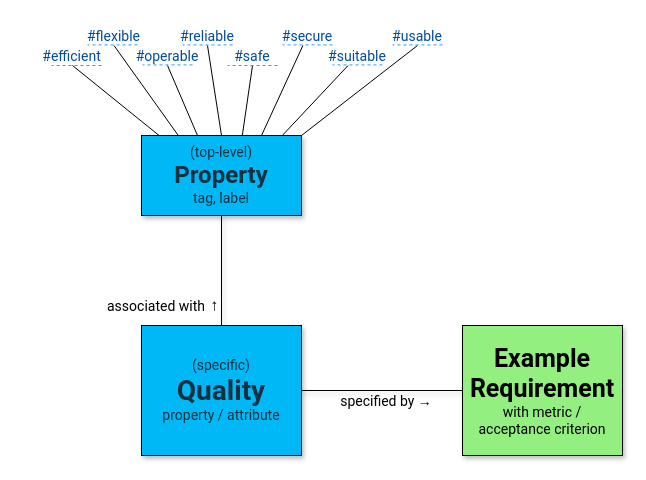
The draw.io diagram page "Q42-properties-tags" (2 of 2) of originals/metamodel/q42-metamodel.drawio in arc42/quality.arc42.org-site, before the edit. Source tidied: cells renumbered, new cells numbered last; positions are measured from the earlier drawing's top-left corner, leaving out a move shared by most shapes. Both pictures are drawn from the tidied source at 100%, with x=0, y=0 at pixel (44, 25). Pictures stored in the file or linked from it are replaced by grey dashed boxes.
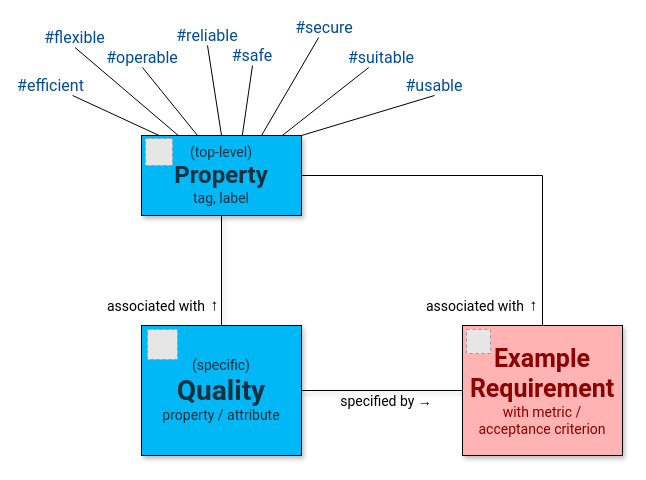
The same diagram, later.

Unchanged cells that the change refers to:
```xml
<mxCell id="3" value="&lt;font style=&quot;font-size: 14px;&quot;&gt;(top-level)&lt;/font&gt;&lt;div&gt;&lt;font style=&quot;font-size: 24px;&quot;&gt;&lt;b&gt;Property&lt;/b&gt;&lt;/font&gt;&lt;/div&gt;&lt;div&gt;&lt;font style=&quot;font-size: 14px;&quot;&gt;tag, label&lt;/font&gt;&lt;/div&gt;" style="rounded=0;whiteSpace=wrap;html=1;fillColor=light-dark(#00B8F5,#EDEDED);fontFamily=Roboto;shadow=1;points=[[0,0,0,0,0],[0,0.5,0,0,0],[0,1,0,0,0],[0.11,0,0,0,0],[0.23,0,0,0,0],[0.25,1,0,0,0],[0.35,0,0,0,0],[0.5,0,0,0,0],[0.5,1,0,0,0],[0.63,0,0,0,0],[0.75,0,0,0,0],[0.75,1,0,0,0],[0.88,0,0,0,0],[1,0,0,0,0],[1,0.5,0,0,0],[1,1,0,0,0]];fontColor=#113040;" parent="1" vertex="1">
  <mxGeometry x="97" y="110" width="160" height="80" as="geometry" />
</mxCell>
```

Diff of the diagram source:
```diff
@@
-    <mxCell id="6" value="&lt;div&gt;&lt;b style=&quot;background-color: transparent;&quot;&gt;&lt;font style=&quot;font-size: 25px;&quot;&gt;Example&lt;/font&gt;&lt;/b&gt;&lt;/div&gt;&lt;div&gt;&lt;font&gt;&lt;b style=&quot;&quot;&gt;&lt;font style=&quot;font-size: 25px;&quot;&gt;Requirement&lt;/font&gt;&lt;br&gt;&lt;/b&gt;&lt;/font&gt;&lt;div&gt;&lt;font style=&quot;font-size: 14px;&quot;&gt;with metric /&lt;/font&gt;&lt;/div&gt;&lt;/div&gt;&lt;div&gt;&lt;font style=&quot;font-size: 14px;&quot;&gt;acceptance criterion&lt;/font&gt;&lt;/div&gt;" style="rounded=0;whiteSpace=wrap;html=1;fillColor=light-dark(#92EF80,#EDEDED);fontFamily=Roboto;shadow=1;" parent="1" vertex="1">
+    <mxCell id="6" value="&lt;div&gt;&lt;b style=&quot;background-color: transparent;&quot;&gt;&lt;font style=&quot;font-size: 25px;&quot;&gt;Example&lt;/font&gt;&lt;/b&gt;&lt;/div&gt;&lt;div&gt;&lt;font&gt;&lt;b style=&quot;&quot;&gt;&lt;font style=&quot;font-size: 25px;&quot;&gt;Requirement&lt;/font&gt;&lt;br&gt;&lt;/b&gt;&lt;/font&gt;&lt;div&gt;&lt;font style=&quot;font-size: 14px;&quot;&gt;with metric /&lt;/font&gt;&lt;/div&gt;&lt;/div&gt;&lt;div&gt;&lt;font style=&quot;font-size: 14px;&quot;&gt;acceptance criterion&lt;/font&gt;&lt;/div&gt;" style="rounded=0;whiteSpace=wrap;html=1;fillColor=light-dark(#ffb3b3, #EDEDED);fontFamily=Roboto;shadow=1;fontColor=#8B0000;" parent="1" vertex="1">
       <mxGeometry x="418" y="300" width="160" height="130" as="geometry" />
     </mxCell>
@@
-    <mxCell id="8" value="&lt;p style=&quot;margin: 0px; font-variant-numeric: normal; font-variant-east-asian: normal; font-variant-alternates: normal; font-size-adjust: none; font-kerning: auto; font-optical-sizing: auto; font-feature-settings: normal; font-variation-settings: normal; font-variant-position: normal; font-variant-emoji: normal; font-stretch: normal; line-height: normal;&quot; class=&quot;p1&quot;&gt;&lt;font style=&quot;font-size: 14px;&quot;&gt;#flexible&lt;/font&gt;&lt;/p&gt;" style="text;html=1;align=center;verticalAlign=middle;whiteSpace=wrap;rounded=0;fontFamily=Roboto;fontColor=#004C99;" parent="1" vertex="1">
-      <mxGeometry x="42" width="55" height="20" as="geometry" />
+    <mxCell id="8" value="&lt;p style=&quot;margin: 0px; font-variant-numeric: normal; font-variant-east-asian: normal; font-variant-alternates: normal; font-size-adjust: none; font-kerning: auto; font-optical-sizing: auto; font-feature-settings: normal; font-variation-settings: normal; font-variant-position: normal; font-variant-emoji: normal; font-stretch: normal; line-height: normal;&quot; class=&quot;p1&quot;&gt;&lt;font&gt;#flexible&lt;/font&gt;&lt;/p&gt;" style="text;html=1;align=center;verticalAlign=middle;whiteSpace=wrap;rounded=0;fontFamily=Roboto;fontColor=#004C99;fontSize=16;" parent="1" vertex="1">
+      <mxGeometry x="3" y="2" width="55" height="20" as="geometry" />
     </mxCell>
-    <mxCell id="9" value="&lt;p style=&quot;margin: 0px; font-variant-numeric: normal; font-variant-east-asian: normal; font-variant-alternates: normal; font-size-adjust: none; font-kerning: auto; font-optical-sizing: auto; font-feature-settings: normal; font-variation-settings: normal; font-variant-position: normal; font-variant-emoji: normal; font-stretch: normal; line-height: normal;&quot; class=&quot;p1&quot;&gt;&lt;font style=&quot;font-size: 14px;&quot;&gt;#operable&lt;/font&gt;&lt;/p&gt;" style="text;html=1;align=center;verticalAlign=middle;whiteSpace=wrap;rounded=0;fontFamily=Roboto;fontColor=#004C99;" parent="1" vertex="1">
-      <mxGeometry x="88" y="20" width="70" height="20" as="geometry" />
+    <mxCell id="9" value="&lt;p style=&quot;margin: 0px; font-variant-numeric: normal; font-variant-east-asian: normal; font-variant-alternates: normal; font-size-adjust: none; font-kerning: auto; font-optical-sizing: auto; font-feature-settings: normal; font-variation-settings: normal; font-variant-position: normal; font-variant-emoji: normal; font-stretch: normal; line-height: normal;&quot; class=&quot;p1&quot;&gt;&lt;font&gt;#operable&lt;/font&gt;&lt;/p&gt;" style="text;html=1;align=center;verticalAlign=middle;whiteSpace=wrap;rounded=0;fontFamily=Roboto;fontColor=#004C99;fontSize=16;" parent="1" vertex="1">
+      <mxGeometry x="63" y="22" width="70" height="20" as="geometry" />
     </mxCell>
-    <mxCell id="10" value="&lt;p style=&quot;margin: 0px; font-variant-numeric: normal; font-variant-east-asian: normal; font-variant-alternates: normal; font-size-adjust: none; font-kerning: auto; font-optical-sizing: auto; font-feature-settings: normal; font-variation-settings: normal; font-variant-position: normal; font-variant-emoji: normal; font-stretch: normal; line-height: normal;&quot; class=&quot;p1&quot;&gt;&lt;font style=&quot;font-size: 14px;&quot;&gt;#reliable&lt;/font&gt;&lt;/p&gt;" style="text;html=1;align=center;verticalAlign=middle;whiteSpace=wrap;rounded=0;fontFamily=Roboto;fontColor=#004C99;" parent="1" vertex="1">
+    <mxCell id="10" value="&lt;p style=&quot;margin: 0px; font-variant-numeric: normal; font-variant-east-asian: normal; font-variant-alternates: normal; font-size-adjust: none; font-kerning: auto; font-optical-sizing: auto; font-feature-settings: normal; font-variation-settings: normal; font-variant-position: normal; font-variant-emoji: normal; font-stretch: normal; line-height: normal;&quot; class=&quot;p1&quot;&gt;&lt;font&gt;#reliable&lt;/font&gt;&lt;/p&gt;" style="text;html=1;align=center;verticalAlign=middle;whiteSpace=wrap;rounded=0;fontFamily=Roboto;fontColor=#004C99;fontSize=16;" parent="1" vertex="1">
       <mxGeometry x="128" width="70" height="20" as="geometry" />
     </mxCell>
-    <mxCell id="11" value="&lt;p style=&quot;margin: 0px; font-variant-numeric: normal; font-variant-east-asian: normal; font-variant-alternates: normal; font-size-adjust: none; font-kerning: auto; font-optical-sizing: auto; font-feature-settings: normal; font-variation-settings: normal; font-variant-position: normal; font-variant-emoji: normal; font-stretch: normal; line-height: normal;&quot; class=&quot;p1&quot;&gt;&lt;span style=&quot;font-size: 14px;&quot;&gt;#safe&lt;/span&gt;&lt;/p&gt;" style="text;html=1;align=center;verticalAlign=middle;whiteSpace=wrap;rounded=0;fontFamily=Roboto;fontColor=#004C99;" parent="1" vertex="1">
+    <mxCell id="11" value="&lt;p style=&quot;margin: 0px; font-variant-numeric: normal; font-variant-east-asian: normal; font-variant-alternates: normal; font-size-adjust: none; font-kerning: auto; font-optical-sizing: auto; font-feature-settings: normal; font-variation-settings: normal; font-variant-position: normal; font-variant-emoji: normal; font-stretch: normal; line-height: normal;&quot; class=&quot;p1&quot;&gt;&lt;span&gt;#safe&lt;/span&gt;&lt;/p&gt;" style="text;html=1;align=center;verticalAlign=middle;whiteSpace=wrap;rounded=0;fontFamily=Roboto;fontColor=#004C99;fontSize=16;" parent="1" vertex="1">
       <mxGeometry x="173" y="20" width="70" height="20" as="geometry" />
     </mxCell>
-    <mxCell id="12" value="&lt;p style=&quot;margin: 0px; font-variant-numeric: normal; font-variant-east-asian: normal; font-variant-alternates: normal; font-size-adjust: none; font-kerning: auto; font-optical-sizing: auto; font-feature-settings: normal; font-variation-settings: normal; font-variant-position: normal; font-variant-emoji: normal; font-stretch: normal; line-height: normal;&quot; class=&quot;p1&quot;&gt;&lt;font style=&quot;font-size: 14px;&quot;&gt;#secure&lt;/font&gt;&lt;/p&gt;" style="text;html=1;align=center;verticalAlign=middle;whiteSpace=wrap;rounded=0;fontFamily=Roboto;fontColor=#004C99;" parent="1" vertex="1">
-      <mxGeometry x="228" width="70" height="20" as="geometry" />
+    <mxCell id="12" value="&lt;p style=&quot;margin: 0px; font-variant-numeric: normal; font-variant-east-asian: normal; font-variant-alternates: normal; font-size-adjust: none; font-kerning: auto; font-optical-sizing: auto; font-feature-settings: normal; font-variation-settings: normal; font-variant-position: normal; font-variant-emoji: normal; font-stretch: normal; line-height: normal;&quot; class=&quot;p1&quot;&gt;&lt;font&gt;#secure&lt;/font&gt;&lt;/p&gt;" style="text;html=1;align=center;verticalAlign=middle;whiteSpace=wrap;rounded=0;fontFamily=Roboto;fontColor=#004C99;fontSize=16;" parent="1" vertex="1">
+      <mxGeometry x="245" y="-8" width="70" height="20" as="geometry" />
     </mxCell>
-    <mxCell id="13" value="&lt;p style=&quot;margin: 0px; font-variant-numeric: normal; font-variant-east-asian: normal; font-variant-alternates: normal; font-size-adjust: none; font-kerning: auto; font-optical-sizing: auto; font-feature-settings: normal; font-variation-settings: normal; font-variant-position: normal; font-variant-emoji: normal; font-stretch: normal; line-height: normal;&quot; class=&quot;p1&quot;&gt;&lt;font style=&quot;font-size: 14px;&quot;&gt;#suitable&lt;/font&gt;&lt;/p&gt;" style="text;html=1;align=center;verticalAlign=middle;whiteSpace=wrap;rounded=0;fontFamily=Roboto;fontColor=#004C99;" parent="1" vertex="1">
-      <mxGeometry x="278" y="20" width="70" height="20" as="geometry" />
+    <mxCell id="13" value="&lt;p style=&quot;margin: 0px; font-variant-numeric: normal; font-variant-east-asian: normal; font-variant-alternates: normal; font-size-adjust: none; font-kerning: auto; font-optical-sizing: auto; font-feature-settings: normal; font-variation-settings: normal; font-variant-position: normal; font-variant-emoji: normal; font-stretch: normal; line-height: normal;&quot; class=&quot;p1&quot;&gt;&lt;font&gt;#suitable&lt;/font&gt;&lt;/p&gt;" style="text;html=1;align=center;verticalAlign=middle;whiteSpace=wrap;rounded=0;fontFamily=Roboto;fontColor=#004C99;fontSize=16;" parent="1" vertex="1">
+      <mxGeometry x="302" y="22" width="70" height="20" as="geometry" />
     </mxCell>
-    <mxCell id="14" value="&lt;p style=&quot;margin: 0px; font-variant-numeric: normal; font-variant-east-asian: normal; font-variant-alternates: normal; font-size-adjust: none; font-kerning: auto; font-optical-sizing: auto; font-feature-settings: normal; font-variation-settings: normal; font-variant-position: normal; font-variant-emoji: normal; font-stretch: normal; line-height: normal;&quot; class=&quot;p1&quot;&gt;&lt;font style=&quot;font-size: 14px;&quot;&gt;#usable&lt;/font&gt;&lt;/p&gt;" style="text;html=1;align=center;verticalAlign=middle;whiteSpace=wrap;rounded=0;fontFamily=Roboto;fontColor=#004C99;" parent="1" vertex="1">
-      <mxGeometry x="338" width="70" height="20" as="geometry" />
+    <mxCell id="14" value="&lt;p style=&quot;margin: 0px; font-variant-numeric: normal; font-variant-east-asian: normal; font-variant-alternates: normal; font-size-adjust: none; font-kerning: auto; font-optical-sizing: auto; font-feature-settings: normal; font-variation-settings: normal; font-variant-position: normal; font-variant-emoji: normal; font-stretch: normal; line-height: normal;&quot; class=&quot;p1&quot;&gt;&lt;font&gt;#usable&lt;/font&gt;&lt;/p&gt;" style="text;html=1;align=center;verticalAlign=middle;whiteSpace=wrap;rounded=0;fontFamily=Roboto;fontColor=#004C99;fontSize=16;" parent="1" vertex="1">
+      <mxGeometry x="355" y="50" width="70" height="20" as="geometry" />
     </mxCell>
@@
-    <mxCell id="22" style="rounded=0;jettySize=auto;html=1;endArrow=none;startFill=0;entryX=0.11;entryY=0;entryDx=0;entryDy=0;exitX=0.5;exitY=1;exitDx=0;exitDy=0;entryPerimeter=0;" parent="1" edge="1" target="3">
-      <mxGeometry relative="1" as="geometry">
-        <mxPoint x="28" y="40" as="sourcePoint" />
-      </mxGeometry>
+    <mxCell id="22" style="rounded=0;jettySize=auto;html=1;endArrow=none;startFill=0;entryX=0.11;entryY=0;entryDx=0;entryDy=0;entryPerimeter=0;" parent="1" edge="1" source="34" target="3">
+      <mxGeometry relative="1" as="geometry" />
     </mxCell>
-    <mxCell id="23" style="rounded=0;orthogonalLoop=1;jettySize=auto;html=1;endArrow=none;startFill=0;entryX=1;entryY=0;entryDx=0;entryDy=0;entryPerimeter=0;strokeColor=#3399FF;strokeWidth=1;dashed=1;fontColor=#004C99;" parent="1" edge="1">
-      <mxGeometry relative="1" as="geometry">
-        <mxPoint x="288" y="19.4" as="sourcePoint" />
-        <mxPoint x="238" y="19.4" as="targetPoint" />
-      </mxGeometry>
-    </mxCell>
-    <mxCell id="24" style="rounded=0;orthogonalLoop=1;jettySize=auto;html=1;endArrow=none;startFill=0;entryX=1;entryY=0;entryDx=0;entryDy=0;entryPerimeter=0;strokeColor=#3399FF;strokeWidth=1;dashed=1;fontColor=#004C99;" parent="1" edge="1">
-      <mxGeometry relative="1" as="geometry">
-        <mxPoint x="338" y="39.4" as="sourcePoint" />
-        <mxPoint x="288" y="39.4" as="targetPoint" />
-      </mxGeometry>
-    </mxCell>
-    <mxCell id="25" style="rounded=0;orthogonalLoop=1;jettySize=auto;html=1;endArrow=none;startFill=0;entryX=1;entryY=0;entryDx=0;entryDy=0;entryPerimeter=0;strokeColor=#3399FF;strokeWidth=1;dashed=1;fontColor=#004C99;" parent="1" edge="1">
-      <mxGeometry relative="1" as="geometry">
-        <mxPoint x="188" y="19.4" as="sourcePoint" />
-        <mxPoint x="138" y="19.4" as="targetPoint" />
-      </mxGeometry>
-    </mxCell>
-    <mxCell id="26" style="rounded=0;orthogonalLoop=1;jettySize=auto;html=1;endArrow=none;startFill=0;entryX=1;entryY=0;entryDx=0;entryDy=0;entryPerimeter=0;strokeColor=#3399FF;strokeWidth=1;dashed=1;fontColor=#004C99;" parent="1" edge="1">
-      <mxGeometry relative="1" as="geometry">
-        <mxPoint x="93" y="19.4" as="sourcePoint" />
-        <mxPoint x="43" y="19.4" as="targetPoint" />
-      </mxGeometry>
-    </mxCell>
-    <mxCell id="27" style="rounded=0;orthogonalLoop=1;jettySize=auto;html=1;endArrow=none;startFill=0;entryX=1;entryY=0;entryDx=0;entryDy=0;entryPerimeter=0;strokeColor=#3399FF;strokeWidth=1;dashed=1;fontColor=#004C99;" parent="1" edge="1">
-      <mxGeometry relative="1" as="geometry">
-        <mxPoint x="57" y="40" as="sourcePoint" />
-        <mxPoint x="7" y="40" as="targetPoint" />
-      </mxGeometry>
-    </mxCell>
-    <mxCell id="28" style="rounded=0;orthogonalLoop=1;jettySize=auto;html=1;endArrow=none;startFill=0;entryX=1;entryY=0;entryDx=0;entryDy=0;entryPerimeter=0;strokeColor=#3399FF;strokeWidth=1;dashed=1;fontColor=#004C99;" parent="1" edge="1">
-      <mxGeometry relative="1" as="geometry">
-        <mxPoint x="148" y="39.4" as="sourcePoint" />
-        <mxPoint x="98" y="39.4" as="targetPoint" />
-      </mxGeometry>
-    </mxCell>
-    <mxCell id="29" style="rounded=0;orthogonalLoop=1;jettySize=auto;html=1;endArrow=none;startFill=0;entryX=1;entryY=0;entryDx=0;entryDy=0;entryPerimeter=0;strokeColor=#3399FF;strokeWidth=1;dashed=1;fontColor=#004C99;" parent="1" edge="1">
-      <mxGeometry relative="1" as="geometry">
-        <mxPoint x="398" y="19.4" as="sourcePoint" />
-        <mxPoint x="348" y="19.4" as="targetPoint" />
-      </mxGeometry>
-    </mxCell>
-    <mxCell id="30" style="rounded=0;orthogonalLoop=1;jettySize=auto;html=1;endArrow=none;startFill=0;entryX=1;entryY=0;entryDx=0;entryDy=0;entryPerimeter=0;strokeColor=#3399FF;strokeWidth=1;dashed=1;fontColor=#004C99;" parent="1" edge="1">
-      <mxGeometry relative="1" as="geometry">
-        <mxPoint x="233" y="40" as="sourcePoint" />
-        <mxPoint x="183" y="40" as="targetPoint" />
-      </mxGeometry>
-    </mxCell>
@@
-    <mxCell id="34" value="&lt;p style=&quot;margin: 0px; font-variant-numeric: normal; font-variant-east-asian: normal; font-variant-alternates: normal; font-size-adjust: none; font-kerning: auto; font-optical-sizing: auto; font-feature-settings: normal; font-variation-settings: normal; font-variant-position: normal; font-variant-emoji: normal; font-stretch: normal; line-height: normal;&quot; class=&quot;p1&quot;&gt;&lt;font style=&quot;font-size: 14px;&quot;&gt;#efficient&lt;/font&gt;&lt;/p&gt;" style="text;html=1;align=center;verticalAlign=middle;whiteSpace=wrap;rounded=0;fontFamily=Roboto;fontColor=#004C99;" parent="1" vertex="1">
-      <mxGeometry y="20" width="55" height="20" as="geometry" />
+    <mxCell id="34" value="&lt;p style=&quot;margin: 0px; font-variant-numeric: normal; font-variant-east-asian: normal; font-variant-alternates: normal; font-size-adjust: none; font-kerning: auto; font-optical-sizing: auto; font-feature-settings: normal; font-variation-settings: normal; font-variant-position: normal; font-variant-emoji: normal; font-stretch: normal; line-height: normal;&quot; class=&quot;p1&quot;&gt;&lt;font&gt;#efficient&lt;/font&gt;&lt;/p&gt;" style="text;html=1;align=center;verticalAlign=middle;whiteSpace=wrap;rounded=0;fontFamily=Roboto;fontColor=#004C99;fontSize=16;" parent="1" vertex="1">
+      <mxGeometry x="-21" y="50" width="55" height="20" as="geometry" />
     </mxCell>
+    <mxCell id="35" style="fillColor=#E6E6E6;strokeColor=#999999;dashed=1;verticalLabelPosition=bottom;verticalAlign=top;" parent="1" vertex="1">
+      <mxGeometry x="103" y="304" width="30" height="30" as="geometry" />
+    </mxCell>
+    <mxCell id="36" style="fillColor=#E6E6E6;strokeColor=#999999;dashed=1;verticalLabelPosition=bottom;verticalAlign=top;" parent="1" vertex="1">
+      <mxGeometry x="422" y="304" width="24" height="24" as="geometry" />
+    </mxCell>
+    <mxCell id="37" style="fillColor=#E6E6E6;strokeColor=#999999;dashed=1;verticalLabelPosition=bottom;verticalAlign=top;fontColor=#003366;" parent="1" vertex="1">
+      <mxGeometry x="101" y="113" width="27" height="27" as="geometry" />
+    </mxCell>
+    <mxCell id="38" style="edgeStyle=orthogonalEdgeStyle;rounded=0;jettySize=auto;html=1;entryX=1;entryY=0.5;entryDx=0;entryDy=0;entryPerimeter=0;exitX=0.5;exitY=0;exitDx=0;exitDy=0;endArrow=none;endFill=0;" parent="1" edge="1" source="6" target="3">
+      <mxGeometry relative="1" as="geometry" />
+    </mxCell>
+    <mxCell id="39" style="group;" parent="1" vertex="1">
+      <mxGeometry x="366" y="270" width="130" height="21" as="geometry" />
+    </mxCell>
+    <mxCell id="40" value="&lt;p class=&quot;p1&quot; style=&quot;margin: 0px; font-variant-numeric: normal; font-variant-east-asian: normal; font-variant-alternates: normal; font-size-adjust: none; font-kerning: auto; font-optical-sizing: auto; font-feature-settings: normal; font-variation-settings: normal; font-variant-position: normal; font-variant-emoji: normal; font-stretch: normal; line-height: normal;&quot;&gt;&lt;font style=&quot;font-size: 14px;&quot;&gt;associated with&lt;/font&gt;&lt;/p&gt;" style="text;html=1;align=center;verticalAlign=middle;whiteSpace=wrap;rounded=0;fontFamily=Roboto;rotation=0;" parent="39" vertex="1">
+      <mxGeometry width="130" height="20" as="geometry" />
+    </mxCell>
+    <mxCell id="41" value="&lt;p class=&quot;p1&quot; style=&quot;margin: 0px; font-variant-numeric: normal; font-variant-east-asian: normal; font-variant-alternates: normal; font-size-adjust: none; font-kerning: auto; font-optical-sizing: auto; font-feature-settings: normal; font-variation-settings: normal; font-variant-position: normal; font-variant-emoji: normal; font-stretch: normal; line-height: normal;&quot;&gt;&lt;font&gt;→&lt;/font&gt;&lt;/p&gt;" style="text;html=1;align=center;verticalAlign=middle;whiteSpace=wrap;rounded=0;fontFamily=Roboto;rotation=-90;fontSize=16;" parent="39" vertex="1">
+      <mxGeometry x="110" y="1" width="20" height="20" as="geometry" />
+    </mxCell>
```
